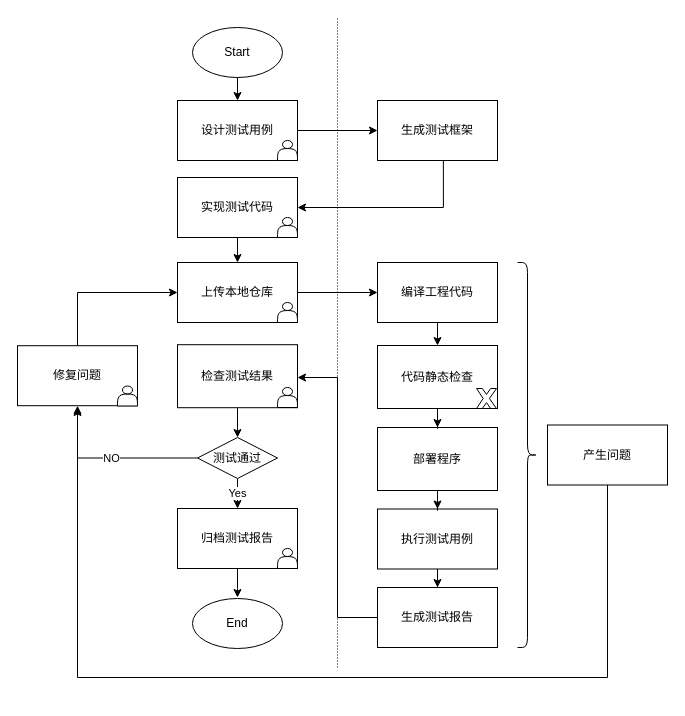
Above: page "test_process" (3 of 3) of AP.drawio in hehenihao/chart (draw.io), before the change. Source tidied: cells renumbered, new cells numbered last; positions are measured from the earlier drawing's top-left corner, leaving out a move shared by most shapes. Both pictures are drawn from the tidied source at 100%, with x=0, y=0 at pixel (17, 17).
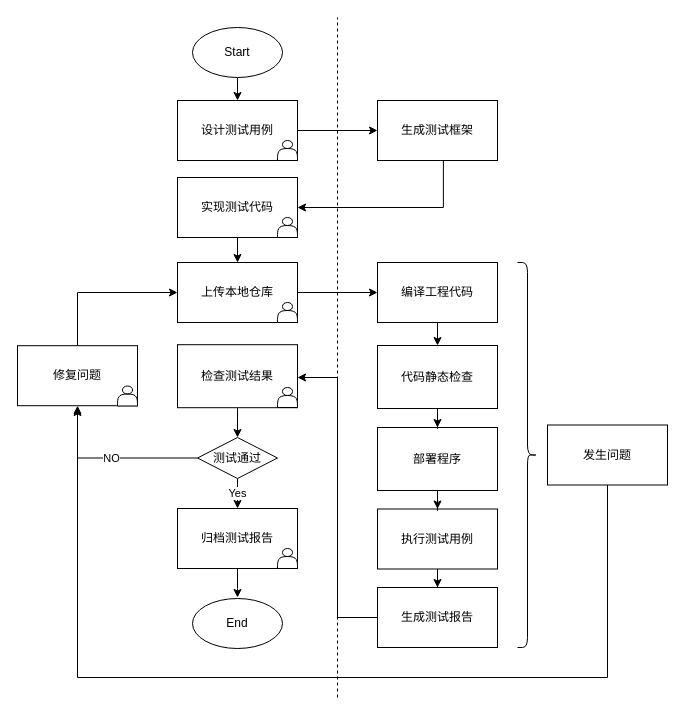
After the change.

Change to the diagram source:
```diff
@@
-    <mxCell id="19" style="endArrow=none;dashed=1;html=1;strokeWidth=1;rounded=0;dashPattern=1 2;" parent="1" edge="1">
+    <mxCell id="19" style="endArrow=none;dashed=1;html=1;strokeWidth=1;rounded=0;" parent="1" edge="1">
       <mxGeometry relative="1" as="geometry">
-        <mxPoint x="320" y="650" as="sourcePoint" />
+        <mxPoint x="320" y="680" as="sourcePoint" />
         <mxPoint x="320" as="targetPoint" />
       </mxGeometry>
     </mxCell>
@@
-    <mxCell id="39" style="verticalLabelPosition=bottom;verticalAlign=top;html=1;shape=mxgraph.basic.x;" parent="1" vertex="1">
-      <mxGeometry x="459" y="371" width="20" height="20" as="geometry" />
-    </mxCell>
@@
-    <mxCell id="42" value="产生问题" style="rounded=0;whiteSpace=wrap;html=1;" parent="1" vertex="1">
+    <mxCell id="42" value="发生问题" style="rounded=0;whiteSpace=wrap;html=1;" parent="1" vertex="1">
       <mxGeometry x="530" y="407.5" width="120" height="60" as="geometry" />
     </mxCell>
```
